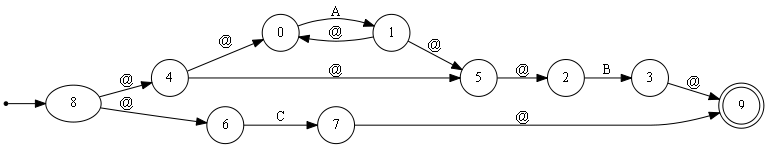
Above: View/Thompson.gv.png in FabianPalacios/Automatas (Graphviz), before the change. Its source is kept beside it as View/Thompson.gv.
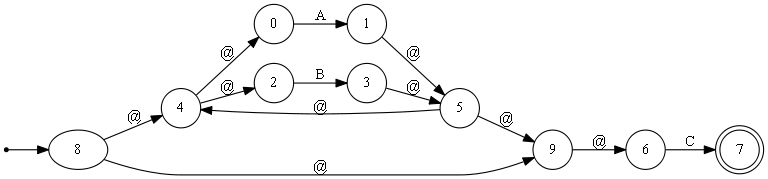
After the commit.

Diff of the diagram source:
```diff
@@ -3,18 +3,18 @@
 	ini [shape=point]
 	ini -> 8
 	node [shape=doublecircle]
-	9
+	7
 	node [shape=circle]
 	0 -> 1 [label=A]
 	2 -> 3 [label=B]
-	4 -> 5 [label="@"]
+	4 -> 2 [label="@"]
 	4 -> 0 [label="@"]
-	1 -> 0 [label="@"]
+	3 -> 5 [label="@"]
 	1 -> 5 [label="@"]
-	5 -> 2 [label="@"]
 	6 -> 7 [label=C]
-	8 -> 6 [label="@"]
+	8 -> 9 [label="@"]
 	8 -> 4 [label="@"]
-	7 -> 9 [label="@"]
-	3 -> 9 [label="@"]
+	5 -> 4 [label="@"]
+	5 -> 9 [label="@"]
+	9 -> 6 [label="@"]
 }
```
